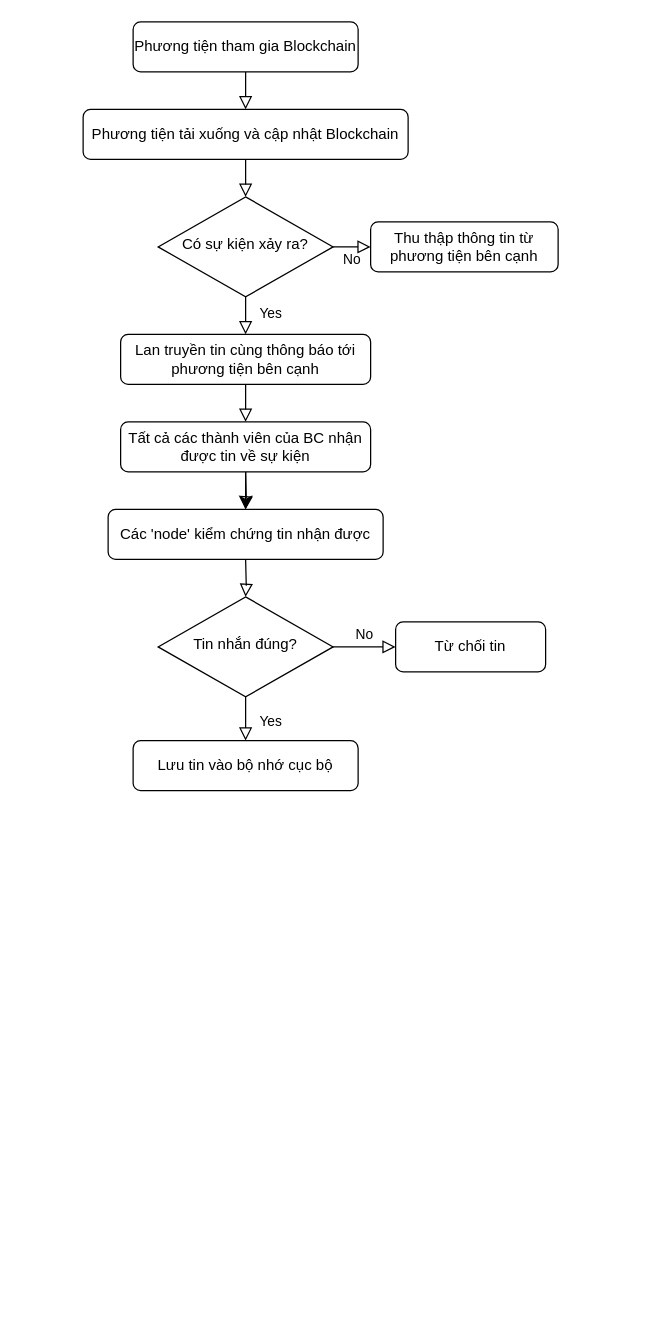
The draw.io diagram Untitled Diagram.drawio in phungtra42/tuhocgit, before the edit. Source tidied: cells renumbered, new cells numbered last; positions are measured from the earlier drawing's top-left corner, leaving out a move shared by most shapes. Both pictures are drawn from the tidied source at 125%, with x=0, y=0 at pixel (82, 21).
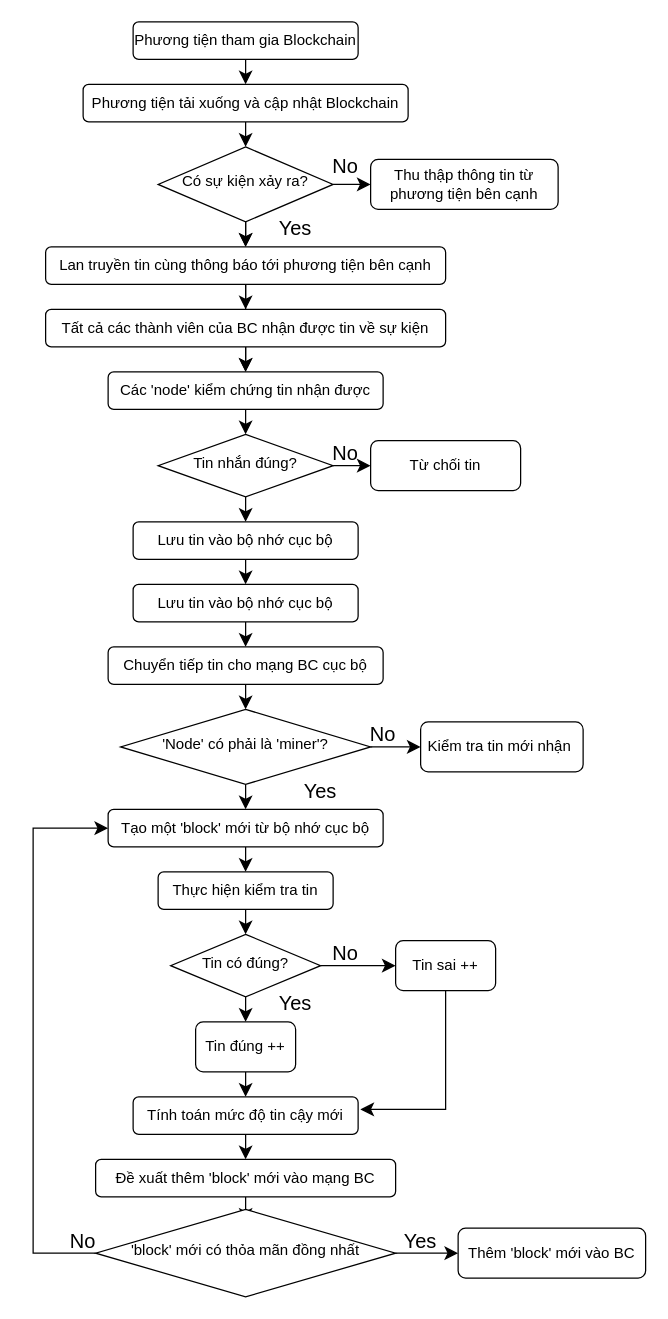
After the change.

What changed in the source:
```diff
@@
-    <mxCell id="2" style="rounded=0;html=1;jettySize=auto;fontSize=11;endArrow=block;endFill=0;endSize=8;strokeWidth=1;shadow=0;labelBackgroundColor=none;edgeStyle=orthogonalEdgeStyle;" parent="1" edge="1" source="3" target="6">
-      <mxGeometry relative="1" as="geometry" />
-    </mxCell>
     <mxCell id="3" value="Phương tiện tải xuống và cập nhật Blockchain" style="rounded=1;whiteSpace=wrap;html=1;fontSize=12;glass=0;strokeWidth=1;shadow=0;" parent="1" vertex="1">
-      <mxGeometry y="70" width="260" height="40" as="geometry" />
+      <mxGeometry y="50" width="260" height="30" as="geometry" />
     </mxCell>
-    <mxCell id="4" style="rounded=0;html=1;jettySize=auto;fontSize=11;endArrow=block;endFill=0;endSize=8;strokeWidth=1;shadow=0;labelBackgroundColor=none;edgeStyle=orthogonalEdgeStyle;" parent="1" edge="1" target="10">
-      <mxGeometry y="20" relative="1" as="geometry">
-        <mxPoint x="130" y="430" as="sourcePoint" />
-      </mxGeometry>
-    </mxCell>
-    <mxCell id="5" value="No" style="edgeStyle=orthogonalEdgeStyle;rounded=0;html=1;jettySize=auto;fontSize=11;endArrow=block;endFill=0;endSize=8;strokeWidth=1;shadow=0;labelBackgroundColor=none;" parent="1" edge="1" source="6" target="7">
-      <mxGeometry y="10" relative="1" as="geometry" />
-    </mxCell>
+    <mxCell id="22" style="edgeStyle=none;curved=1;rounded=0;jettySize=auto;html=1;fontSize=12;startSize=8;endSize=8;" parent="1" edge="1" source="16" target="21">
+      <mxGeometry relative="1" as="geometry" />
+    </mxCell>
     <mxCell id="6" value="Có sự kiện xảy ra?" style="rhombus;whiteSpace=wrap;html=1;shadow=0;fontFamily=Helvetica;fontSize=12;align=center;strokeWidth=1;spacing=6;spacingTop=-4;" parent="1" vertex="1">
-      <mxGeometry x="60" y="140" width="140" height="80" as="geometry" />
+      <mxGeometry x="60" y="100" width="140" height="60" as="geometry" />
     </mxCell>
     <mxCell id="7" value="Thu thập thông tin từ phương tiện bên cạnh" style="rounded=1;whiteSpace=wrap;html=1;fontSize=12;glass=0;strokeWidth=1;shadow=0;" parent="1" vertex="1">
-      <mxGeometry x="230" y="160" width="150" height="40" as="geometry" />
+      <mxGeometry x="230" y="110" width="150" height="40" as="geometry" />
     </mxCell>
-    <mxCell id="8" value="Yes" style="rounded=0;html=1;jettySize=auto;fontSize=11;endArrow=block;endFill=0;endSize=8;strokeWidth=1;shadow=0;labelBackgroundColor=none;edgeStyle=orthogonalEdgeStyle;" parent="1" edge="1" source="10" target="11">
-      <mxGeometry x="0.33" y="20" relative="1" as="geometry" />
-    </mxCell>
-    <mxCell id="9" value="No" style="edgeStyle=orthogonalEdgeStyle;rounded=0;html=1;jettySize=auto;fontSize=11;endArrow=block;endFill=0;endSize=8;strokeWidth=1;shadow=0;labelBackgroundColor=none;" parent="1" edge="1" source="10" target="12">
-      <mxGeometry y="10" relative="1" as="geometry" />
-    </mxCell>
     <mxCell id="10" value="Tin nhắn đúng?" style="rhombus;whiteSpace=wrap;html=1;shadow=0;fontFamily=Helvetica;fontSize=12;align=center;strokeWidth=1;spacing=6;spacingTop=-4;" parent="1" vertex="1">
-      <mxGeometry x="60" y="460" width="140" height="80" as="geometry" />
+      <mxGeometry x="60" y="330" width="140" height="50" as="geometry" />
     </mxCell>
     <mxCell id="11" value="Lưu tin vào bộ nhớ cục bộ" style="rounded=1;whiteSpace=wrap;html=1;fontSize=12;glass=0;strokeWidth=1;shadow=0;" parent="1" vertex="1">
-      <mxGeometry x="40" y="575" width="180" height="40" as="geometry" />
+      <mxGeometry x="40" y="400" width="180" height="30" as="geometry" />
     </mxCell>
     <mxCell id="12" value="Từ chối tin" style="rounded=1;whiteSpace=wrap;html=1;fontSize=12;glass=0;strokeWidth=1;shadow=0;" parent="1" vertex="1">
-      <mxGeometry x="250" y="480" width="120" height="40" as="geometry" />
+      <mxGeometry x="230" y="335" width="120" height="40" as="geometry" />
     </mxCell>
-    <mxCell id="13" style="rounded=0;html=1;jettySize=auto;orthogonalLoop=1;fontSize=11;endArrow=block;endFill=0;endSize=8;strokeWidth=1;shadow=0;labelBackgroundColor=none;edgeStyle=orthogonalEdgeStyle;" parent="1" edge="1">
-      <mxGeometry relative="1" as="geometry">
-        <mxPoint x="130" y="40" as="sourcePoint" />
-        <mxPoint x="130" y="70" as="targetPoint" />
-      </mxGeometry>
-    </mxCell>
     <mxCell id="14" value="Phương tiện tham gia Blockchain" style="rounded=1;whiteSpace=wrap;html=1;fontSize=12;glass=0;strokeWidth=1;shadow=0;" parent="1" vertex="1">
-      <mxGeometry x="40" width="180" height="40" as="geometry" />
+      <mxGeometry x="40" width="180" height="30" as="geometry" />
     </mxCell>
-    <mxCell id="15" value="Yes" style="rounded=0;html=1;jettySize=auto;fontSize=11;endArrow=block;endFill=0;endSize=8;strokeWidth=1;shadow=0;labelBackgroundColor=none;edgeStyle=orthogonalEdgeStyle;exitX=0.5;exitY=1;exitDx=0;exitDy=0;" parent="1" edge="1" source="6" target="16">
-      <mxGeometry x="0.33" y="20" relative="1" as="geometry" />
-    </mxCell>
-    <mxCell id="16" value="Lan truyền tin cùng thông báo tới phương tiện bên cạnh" style="rounded=1;whiteSpace=wrap;html=1;fontSize=12;glass=0;strokeWidth=1;shadow=0;" parent="1" vertex="1">
-      <mxGeometry x="30" y="250" width="200" height="40" as="geometry" />
-    </mxCell>
-    <mxCell id="17" style="rounded=0;html=1;jettySize=auto;fontSize=11;endArrow=block;endFill=0;endSize=8;strokeWidth=1;shadow=0;labelBackgroundColor=none;edgeStyle=orthogonalEdgeStyle;exitX=0.5;exitY=1;exitDx=0;exitDy=0;" parent="1" edge="1" source="16" target="19">
-      <mxGeometry x="0.33" y="20" relative="1" as="geometry" />
-    </mxCell>
@@
     <mxCell id="19" value="Tất cả các thành viên của BC nhận được tin về sự kiện" style="rounded=1;whiteSpace=wrap;html=1;fontSize=12;glass=0;strokeWidth=1;shadow=0;" parent="1" vertex="1">
-      <mxGeometry x="30" y="320" width="200" height="40" as="geometry" />
+      <mxGeometry x="-30" y="230" width="320" height="30" as="geometry" />
     </mxCell>
-    <mxCell id="20" style="rounded=0;html=1;jettySize=auto;fontSize=11;endArrow=block;endFill=0;endSize=8;strokeWidth=1;shadow=0;labelBackgroundColor=none;edgeStyle=orthogonalEdgeStyle;" parent="1" edge="1" target="21">
-      <mxGeometry x="0.33" y="20" relative="1" as="geometry">
-        <mxPoint x="130" y="360" as="sourcePoint" />
-      </mxGeometry>
-    </mxCell>
     <mxCell id="21" value="Các 'node' kiểm chứng tin nhận được" style="rounded=1;whiteSpace=wrap;html=1;fontSize=12;glass=0;strokeWidth=1;shadow=0;" parent="1" vertex="1">
-      <mxGeometry x="20" y="390" width="220" height="40" as="geometry" />
+      <mxGeometry x="20" y="280" width="220" height="30" as="geometry" />
     </mxCell>
+    <mxCell id="23" value="Lưu tin vào bộ nhớ cục bộ" style="rounded=1;whiteSpace=wrap;html=1;fontSize=12;glass=0;strokeWidth=1;shadow=0;" parent="1" vertex="1">
+      <mxGeometry x="40" y="450" width="180" height="30" as="geometry" />
+    </mxCell>
+    <mxCell id="24" style="endArrow=classic;html=1;rounded=0;fontSize=12;startSize=8;endSize=8;curved=1;exitX=0.5;exitY=1;exitDx=0;exitDy=0;entryX=0.5;entryY=0;entryDx=0;entryDy=0;" parent="1" edge="1" source="11" target="23">
+      <mxGeometry relative="1" as="geometry" />
+    </mxCell>
+    <mxCell id="25" style="endArrow=classic;html=1;rounded=0;fontSize=12;startSize=8;endSize=8;curved=1;exitX=0.5;exitY=1;exitDx=0;exitDy=0;" parent="1" edge="1" source="10">
+      <mxGeometry relative="1" as="geometry">
+        <mxPoint x="130" y="400" as="targetPoint" />
+      </mxGeometry>
+    </mxCell>
+    <mxCell id="17" style="edgeStyle=none;curved=1;rounded=0;jettySize=auto;html=1;fontSize=12;startSize=8;endSize=8;exitX=0.5;exitY=1;exitDx=0;exitDy=0;" parent="1" edge="1" source="16" target="19">
+      <mxGeometry relative="1" as="geometry" />
+    </mxCell>
+    <mxCell id="26" style="edgeStyle=none;curved=1;rounded=0;jettySize=auto;html=1;fontSize=12;startSize=8;endSize=8;exitX=0.5;exitY=1;exitDx=0;exitDy=0;" parent="1" edge="1" source="6" target="16">
+      <mxGeometry relative="1" as="geometry" />
+    </mxCell>
+    <mxCell id="27" style="edgeStyle=none;curved=1;rounded=0;jettySize=auto;html=1;fontSize=12;startSize=8;endSize=8;exitX=0.5;exitY=1;exitDx=0;exitDy=0;" parent="1" edge="1" source="3">
+      <mxGeometry relative="1" as="geometry">
+        <mxPoint x="130" y="100" as="targetPoint" />
+      </mxGeometry>
+    </mxCell>
+    <mxCell id="28" style="edgeStyle=none;curved=1;rounded=0;jettySize=auto;html=1;fontSize=12;startSize=8;endSize=8;exitX=0.5;exitY=1;exitDx=0;exitDy=0;entryX=0.5;entryY=0;entryDx=0;entryDy=0;" parent="1" edge="1" source="14" target="3">
+      <mxGeometry relative="1" as="geometry" />
+    </mxCell>
+    <mxCell id="9" style="edgeStyle=none;curved=1;rounded=0;jettySize=auto;html=1;fontSize=12;startSize=8;endSize=8;exitX=1;exitY=0.5;exitDx=0;exitDy=0;entryX=0;entryY=0.5;entryDx=0;entryDy=0;" parent="1" edge="1" source="10" target="12">
+      <mxGeometry relative="1" as="geometry" />
+    </mxCell>
+    <mxCell id="29" value="Chuyển tiếp tin cho mạng BC cục bộ" style="rounded=1;whiteSpace=wrap;html=1;fontSize=12;glass=0;strokeWidth=1;shadow=0;" parent="1" vertex="1">
+      <mxGeometry x="20" y="500" width="220" height="30" as="geometry" />
+    </mxCell>
+    <mxCell id="30" value="Yes" style="text;html=1;strokeColor=none;fillColor=none;align=center;verticalAlign=middle;whiteSpace=wrap;rounded=0;fontSize=16;" parent="1" vertex="1">
+      <mxGeometry x="140" y="150" width="60" height="30" as="geometry" />
+    </mxCell>
+    <mxCell id="31" value="Yes" style="text;html=1;strokeColor=none;fillColor=none;align=center;verticalAlign=middle;whiteSpace=wrap;rounded=0;fontSize=16;" parent="1" vertex="1">
+      <mxGeometry x="160" y="600" width="60" height="30" as="geometry" />
+    </mxCell>
+    <mxCell id="32" value="No" style="text;html=1;strokeColor=none;fillColor=none;align=center;verticalAlign=middle;whiteSpace=wrap;rounded=0;fontSize=16;" parent="1" vertex="1">
+      <mxGeometry x="180" y="330" width="60" height="30" as="geometry" />
+    </mxCell>
+    <mxCell id="33" value="Kiểm tra tin mới nhận&amp;nbsp;" style="rounded=1;whiteSpace=wrap;html=1;fontSize=12;glass=0;strokeWidth=1;shadow=0;" parent="1" vertex="1">
+      <mxGeometry x="270" y="560" width="130" height="40" as="geometry" />
+    </mxCell>
+    <mxCell id="34" style="edgeStyle=none;curved=1;rounded=0;jettySize=auto;html=1;fontSize=12;startSize=8;endSize=8;exitX=1;exitY=0.5;exitDx=0;exitDy=0;entryX=0;entryY=0.5;entryDx=0;entryDy=0;" parent="1" edge="1" source="42" target="33">
+      <mxGeometry relative="1" as="geometry" />
+    </mxCell>
+    <mxCell id="35" value="No" style="text;html=1;strokeColor=none;fillColor=none;align=center;verticalAlign=middle;whiteSpace=wrap;rounded=0;fontSize=16;" parent="1" vertex="1">
+      <mxGeometry x="210" y="555" width="60" height="30" as="geometry" />
+    </mxCell>
+    <mxCell id="36" style="endArrow=classic;html=1;rounded=0;fontSize=12;startSize=8;endSize=8;curved=1;exitX=0.5;exitY=1;exitDx=0;exitDy=0;" parent="1" edge="1" source="42">
+      <mxGeometry relative="1" as="geometry">
+        <mxPoint x="130" y="630" as="targetPoint" />
+      </mxGeometry>
+    </mxCell>
+    <mxCell id="37" style="endArrow=classic;html=1;rounded=0;fontSize=12;startSize=8;endSize=8;curved=1;exitX=0.5;exitY=1;exitDx=0;exitDy=0;" parent="1" edge="1" source="45">
+      <mxGeometry relative="1" as="geometry">
+        <mxPoint x="130" y="730" as="targetPoint" />
+      </mxGeometry>
+    </mxCell>
+    <mxCell id="38" style="edgeStyle=none;curved=1;rounded=0;jettySize=auto;html=1;fontSize=12;startSize=8;endSize=8;" parent="1" edge="1" source="6" target="16">
+      <mxGeometry relative="1" as="geometry" />
+    </mxCell>
+    <mxCell id="16" value="Lan truyền tin cùng thông báo tới phương tiện bên cạnh" style="rounded=1;whiteSpace=wrap;html=1;fontSize=12;glass=0;strokeWidth=1;shadow=0;" parent="1" vertex="1">
+      <mxGeometry x="-30" y="180" width="320" height="30" as="geometry" />
+    </mxCell>
+    <mxCell id="39" style="edgeStyle=none;curved=1;rounded=0;orthogonalLoop=1;jettySize=auto;html=1;fontSize=12;startSize=8;endSize=8;" parent="1" edge="1">
+      <mxGeometry relative="1" as="geometry">
+        <mxPoint x="130" y="310" as="sourcePoint" />
+        <mxPoint x="130" y="330" as="targetPoint" />
+      </mxGeometry>
+    </mxCell>
+    <mxCell id="5" style="edgeStyle=none;curved=1;rounded=0;jettySize=auto;html=1;fontSize=12;startSize=8;endSize=8;exitX=1;exitY=0.5;exitDx=0;exitDy=0;entryX=0;entryY=0.5;entryDx=0;entryDy=0;" parent="1" edge="1" source="6" target="7">
+      <mxGeometry relative="1" as="geometry" />
+    </mxCell>
+    <mxCell id="40" value="No" style="text;html=1;strokeColor=none;fillColor=none;align=center;verticalAlign=middle;whiteSpace=wrap;rounded=0;fontSize=16;" parent="1" vertex="1">
+      <mxGeometry x="180" y="100" width="60" height="30" as="geometry" />
+    </mxCell>
+    <mxCell id="41" style="endArrow=classic;html=1;rounded=0;fontSize=12;startSize=8;endSize=8;curved=1;exitX=0.5;exitY=1;exitDx=0;exitDy=0;" parent="1" edge="1" source="29" target="42">
+      <mxGeometry relative="1" as="geometry" />
+    </mxCell>
+    <mxCell id="42" value="'Node' có phải là 'miner'?" style="rhombus;whiteSpace=wrap;html=1;shadow=0;fontFamily=Helvetica;fontSize=12;align=center;strokeWidth=1;spacing=6;spacingTop=-4;" parent="1" vertex="1">
+      <mxGeometry x="30" y="550" width="200" height="60" as="geometry" />
+    </mxCell>
+    <mxCell id="43" value="Tạo một 'block' mới từ bộ nhớ cục bộ" style="rounded=1;whiteSpace=wrap;html=1;fontSize=12;glass=0;strokeWidth=1;shadow=0;" parent="1" vertex="1">
+      <mxGeometry x="20" y="630" width="220" height="30" as="geometry" />
+    </mxCell>
+    <mxCell id="44" style="endArrow=classic;html=1;rounded=0;fontSize=12;startSize=8;endSize=8;curved=1;exitX=0.5;exitY=1;exitDx=0;exitDy=0;" parent="1" edge="1" source="43" target="45">
+      <mxGeometry relative="1" as="geometry" />
+    </mxCell>
+    <mxCell id="45" value="Thực hiện kiểm tra tin" style="rounded=1;whiteSpace=wrap;html=1;fontSize=12;glass=0;strokeWidth=1;shadow=0;" parent="1" vertex="1">
+      <mxGeometry x="60" y="680" width="140" height="30" as="geometry" />
+    </mxCell>
+    <mxCell id="46" style="endArrow=classic;html=1;rounded=0;fontSize=12;startSize=8;endSize=8;curved=1;exitX=0.5;exitY=1;exitDx=0;exitDy=0;" parent="1" edge="1" source="23" target="29">
+      <mxGeometry relative="1" as="geometry" />
+    </mxCell>
+    <mxCell id="47" value="Yes" style="text;html=1;strokeColor=none;fillColor=none;align=center;verticalAlign=middle;whiteSpace=wrap;rounded=0;fontSize=16;" parent="1" vertex="1">
+      <mxGeometry x="140" y="770" width="60" height="30" as="geometry" />
+    </mxCell>
+    <mxCell id="48" value="Tin sai ++" style="rounded=1;whiteSpace=wrap;html=1;fontSize=12;glass=0;strokeWidth=1;shadow=0;" parent="1" vertex="1">
+      <mxGeometry x="250" y="735" width="80" height="40" as="geometry" />
+    </mxCell>
+    <mxCell id="49" style="edgeStyle=none;curved=1;rounded=0;jettySize=auto;html=1;fontSize=12;startSize=8;endSize=8;exitX=1;exitY=0.5;exitDx=0;exitDy=0;entryX=0;entryY=0.5;entryDx=0;entryDy=0;" parent="1" edge="1" source="52" target="48">
+      <mxGeometry relative="1" as="geometry" />
+    </mxCell>
+    <mxCell id="50" value="No" style="text;html=1;strokeColor=none;fillColor=none;align=center;verticalAlign=middle;whiteSpace=wrap;rounded=0;fontSize=16;" parent="1" vertex="1">
+      <mxGeometry x="180" y="730" width="60" height="30" as="geometry" />
+    </mxCell>
+    <mxCell id="51" style="endArrow=classic;html=1;rounded=0;fontSize=12;startSize=8;endSize=8;curved=1;exitX=0.5;exitY=1;exitDx=0;exitDy=0;" parent="1" edge="1" source="52">
+      <mxGeometry relative="1" as="geometry">
+        <mxPoint x="130" y="800" as="targetPoint" />
+      </mxGeometry>
+    </mxCell>
+    <mxCell id="52" value="Tin có đúng?" style="rhombus;whiteSpace=wrap;html=1;shadow=0;fontFamily=Helvetica;fontSize=12;align=center;strokeWidth=1;spacing=6;spacingTop=-4;" parent="1" vertex="1">
+      <mxGeometry x="70" y="730" width="120" height="50" as="geometry" />
+    </mxCell>
+    <mxCell id="53" value="Tin đúng ++" style="rounded=1;whiteSpace=wrap;html=1;fontSize=12;glass=0;strokeWidth=1;shadow=0;" parent="1" vertex="1">
+      <mxGeometry x="90" y="800" width="80" height="40" as="geometry" />
+    </mxCell>
+    <mxCell id="54" style="endArrow=classic;html=1;rounded=0;fontSize=12;startSize=8;endSize=8;curved=1;exitX=0.5;exitY=1;exitDx=0;exitDy=0;" parent="1" edge="1" target="55">
+      <mxGeometry relative="1" as="geometry">
+        <mxPoint x="130" y="840" as="sourcePoint" />
+      </mxGeometry>
+    </mxCell>
+    <mxCell id="55" value="Tính toán mức độ tin cậy mới" style="rounded=1;whiteSpace=wrap;html=1;fontSize=12;glass=0;strokeWidth=1;shadow=0;" parent="1" vertex="1">
+      <mxGeometry x="40" y="860" width="180" height="30" as="geometry" />
+    </mxCell>
+    <mxCell id="56" style="endArrow=classic;html=1;rounded=0;fontSize=12;startSize=8;endSize=8;curved=1;exitX=0.5;exitY=1;exitDx=0;exitDy=0;" parent="1" edge="1" source="58">
+      <mxGeometry relative="1" as="geometry">
+        <mxPoint x="130" y="960" as="targetPoint" />
+      </mxGeometry>
+    </mxCell>
+    <mxCell id="57" style="endArrow=classic;html=1;rounded=0;fontSize=12;startSize=8;endSize=8;curved=1;exitX=0.5;exitY=1;exitDx=0;exitDy=0;" parent="1" edge="1" target="58">
+      <mxGeometry relative="1" as="geometry">
+        <mxPoint x="130" y="890" as="sourcePoint" />
+      </mxGeometry>
+    </mxCell>
+    <mxCell id="58" value="Đề xuất thêm 'block' mới vào mạng BC" style="rounded=1;whiteSpace=wrap;html=1;fontSize=12;glass=0;strokeWidth=1;shadow=0;" parent="1" vertex="1">
+      <mxGeometry x="10" y="910" width="240" height="30" as="geometry" />
+    </mxCell>
+    <mxCell id="59" value="Yes" style="text;html=1;strokeColor=none;fillColor=none;align=center;verticalAlign=middle;whiteSpace=wrap;rounded=0;fontSize=16;" parent="1" vertex="1">
+      <mxGeometry x="240" y="960" width="60" height="30" as="geometry" />
+    </mxCell>
+    <mxCell id="60" value="Thêm 'block' mới vào BC" style="rounded=1;whiteSpace=wrap;html=1;fontSize=12;glass=0;strokeWidth=1;shadow=0;" parent="1" vertex="1">
+      <mxGeometry x="300" y="965" width="150" height="40" as="geometry" />
+    </mxCell>
+    <mxCell id="61" style="edgeStyle=none;curved=1;rounded=0;jettySize=auto;html=1;fontSize=12;startSize=8;endSize=8;exitX=1;exitY=0.5;exitDx=0;exitDy=0;entryX=0;entryY=0.5;entryDx=0;entryDy=0;" parent="1" edge="1" source="63" target="60">
+      <mxGeometry relative="1" as="geometry" />
+    </mxCell>
+    <mxCell id="62" value="No" style="text;html=1;strokeColor=none;fillColor=none;align=center;verticalAlign=middle;whiteSpace=wrap;rounded=0;fontSize=16;" parent="1" vertex="1">
+      <mxGeometry x="-30" y="960" width="60" height="30" as="geometry" />
+    </mxCell>
+    <mxCell id="63" value="'block' mới có thỏa mãn đồng nhất" style="rhombus;whiteSpace=wrap;html=1;shadow=0;fontFamily=Helvetica;fontSize=12;align=center;strokeWidth=1;spacing=6;spacingTop=-4;" parent="1" vertex="1">
+      <mxGeometry x="10" y="950" width="240" height="70" as="geometry" />
+    </mxCell>
+    <mxCell id="64" style="edgeStyle=elbowEdgeStyle;elbow=vertical;endArrow=classic;html=1;curved=0;rounded=0;endSize=8;startSize=8;fontSize=12;exitX=0.5;exitY=1;exitDx=0;exitDy=0;entryX=1.01;entryY=0.338;entryDx=0;entryDy=0;entryPerimeter=0;" parent="1" edge="1" source="48" target="55">
+      <mxGeometry relative="1" as="geometry">
+        <Array as="points">
+          <mxPoint x="300" y="870" />
+        </Array>
+      </mxGeometry>
+    </mxCell>
+    <mxCell id="65" style="edgeStyle=elbowEdgeStyle;elbow=horizontal;endArrow=classic;html=1;curved=0;rounded=0;endSize=8;startSize=8;fontSize=12;exitX=0;exitY=0.5;exitDx=0;exitDy=0;entryX=0;entryY=0.5;entryDx=0;entryDy=0;" parent="1" edge="1" source="63" target="43">
+      <mxGeometry relative="1" as="geometry">
+        <Array as="points">
+          <mxPoint x="-40" y="800" />
+        </Array>
+      </mxGeometry>
+    </mxCell>
```
